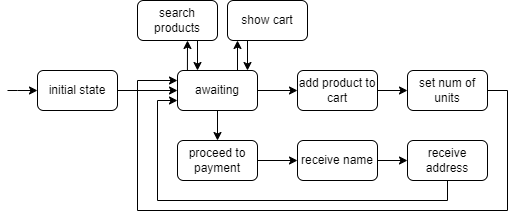
This is shop_bot_diagram.png from mgv99/bots-lab, a draw.io export, as it was before one commit. Source tidied: cells renumbered, new cells last; positions are measured from the earlier drawing's top-left corner, leaving out a move shared by most shapes. The source it was exported from:
```xml
<mxGraphModel>
  <root>
    <mxCell id="0" />
    <mxCell id="1" parent="0" />
    <mxCell id="2" style="edgeStyle=orthogonalEdgeStyle;rounded=0;orthogonalLoop=1;jettySize=auto;html=1;entryX=0.75;entryY=1;entryDx=0;entryDy=0;exitX=0.75;exitY=0;exitDx=0;exitDy=0;startArrow=classic;startFill=1;endArrow=none;endFill=0;" parent="1" edge="1">
      <mxGeometry relative="1" as="geometry">
        <mxPoint x="240" y="70" as="sourcePoint" />
        <mxPoint x="240" y="40" as="targetPoint" />
      </mxGeometry>
    </mxCell>
    <mxCell id="3" style="edgeStyle=orthogonalEdgeStyle;rounded=0;jettySize=auto;html=1;" parent="1" edge="1" source="5" target="9">
      <mxGeometry relative="1" as="geometry" />
    </mxCell>
    <mxCell id="4" style="edgeStyle=orthogonalEdgeStyle;rounded=0;jettySize=auto;html=1;entryX=0;entryY=0.5;entryDx=0;entryDy=0;" parent="1" edge="1" source="5" target="15">
      <mxGeometry relative="1" as="geometry" />
    </mxCell>
    <mxCell id="5" value="awaiting" style="rounded=1;whiteSpace=wrap;html=1;" parent="1" vertex="1">
      <mxGeometry x="170" y="70" width="80" height="40" as="geometry" />
    </mxCell>
    <mxCell id="6" style="edgeStyle=orthogonalEdgeStyle;rounded=0;jettySize=auto;html=1;entryX=0.5;entryY=0;entryDx=0;entryDy=0;startArrow=classic;startFill=1;endArrow=none;endFill=0;" parent="1" edge="1" source="7" target="5">
      <mxGeometry relative="1" as="geometry">
        <Array as="points">
          <mxPoint x="230" y="70" />
        </Array>
      </mxGeometry>
    </mxCell>
    <mxCell id="7" value="show cart" style="rounded=1;whiteSpace=wrap;html=1;" parent="1" vertex="1">
      <mxGeometry x="220" width="80" height="40" as="geometry" />
    </mxCell>
    <mxCell id="8" style="edgeStyle=orthogonalEdgeStyle;rounded=0;jettySize=auto;html=1;" parent="1" edge="1" source="9" target="11">
      <mxGeometry relative="1" as="geometry" />
    </mxCell>
    <mxCell id="9" value="proceed to payment" style="rounded=1;whiteSpace=wrap;html=1;" parent="1" vertex="1">
      <mxGeometry x="170" y="140" width="80" height="40" as="geometry" />
    </mxCell>
    <mxCell id="10" style="edgeStyle=orthogonalEdgeStyle;rounded=0;jettySize=auto;html=1;" parent="1" edge="1" source="11" target="13">
      <mxGeometry relative="1" as="geometry" />
    </mxCell>
    <mxCell id="11" value="receive name" style="rounded=1;whiteSpace=wrap;html=1;" parent="1" vertex="1">
      <mxGeometry x="290" y="140" width="80" height="40" as="geometry" />
    </mxCell>
    <mxCell id="12" style="edgeStyle=orthogonalEdgeStyle;rounded=0;jettySize=auto;html=1;entryX=0;entryY=0.75;entryDx=0;entryDy=0;" parent="1" edge="1" source="13" target="5">
      <mxGeometry relative="1" as="geometry">
        <Array as="points">
          <mxPoint x="440" y="200" />
          <mxPoint x="150" y="200" />
          <mxPoint x="150" y="100" />
        </Array>
      </mxGeometry>
    </mxCell>
    <mxCell id="13" value="receive address" style="rounded=1;whiteSpace=wrap;html=1;" parent="1" vertex="1">
      <mxGeometry x="400" y="140" width="80" height="40" as="geometry" />
    </mxCell>
    <mxCell id="14" style="edgeStyle=orthogonalEdgeStyle;rounded=0;jettySize=auto;html=1;entryX=0;entryY=0.5;entryDx=0;entryDy=0;" parent="1" edge="1" source="15" target="17">
      <mxGeometry relative="1" as="geometry" />
    </mxCell>
    <mxCell id="15" value="add product to cart" style="rounded=1;whiteSpace=wrap;html=1;" parent="1" vertex="1">
      <mxGeometry x="290" y="70" width="80" height="40" as="geometry" />
    </mxCell>
    <mxCell id="16" style="edgeStyle=orthogonalEdgeStyle;rounded=0;jettySize=auto;html=1;entryX=0;entryY=0.25;entryDx=0;entryDy=0;" parent="1" edge="1" source="17" target="5">
      <mxGeometry relative="1" as="geometry">
        <Array as="points">
          <mxPoint x="500" y="90" />
          <mxPoint x="500" y="210" />
          <mxPoint x="130" y="210" />
          <mxPoint x="130" y="80" />
        </Array>
      </mxGeometry>
    </mxCell>
    <mxCell id="17" value="set num of units" style="rounded=1;whiteSpace=wrap;html=1;" parent="1" vertex="1">
      <mxGeometry x="400" y="70" width="80" height="40" as="geometry" />
    </mxCell>
    <mxCell id="18" style="edgeStyle=orthogonalEdgeStyle;rounded=0;orthogonalLoop=1;jettySize=auto;html=1;entryX=0.75;entryY=1;entryDx=0;entryDy=0;exitX=0.75;exitY=0;exitDx=0;exitDy=0;startArrow=classic;startFill=1;endArrow=none;endFill=0;" parent="1" edge="1">
      <mxGeometry relative="1" as="geometry">
        <mxPoint x="190" y="70" as="sourcePoint" />
        <mxPoint x="190" y="40" as="targetPoint" />
      </mxGeometry>
    </mxCell>
    <mxCell id="19" style="edgeStyle=orthogonalEdgeStyle;rounded=0;jettySize=auto;html=1;entryX=0.124;entryY=-0.011;entryDx=0;entryDy=0;startArrow=classic;startFill=1;endArrow=none;endFill=0;entryPerimeter=0;exitX=0.625;exitY=1;exitDx=0;exitDy=0;exitPerimeter=0;" parent="1" edge="1" source="20" target="5">
      <mxGeometry relative="1" as="geometry" />
    </mxCell>
    <mxCell id="20" value="search products" style="rounded=1;whiteSpace=wrap;html=1;" parent="1" vertex="1">
      <mxGeometry x="130" width="80" height="40" as="geometry" />
    </mxCell>
    <mxCell id="21" style="edgeStyle=orthogonalEdgeStyle;rounded=0;jettySize=auto;html=1;startArrow=classic;startFill=1;endArrow=none;endFill=0;" parent="1" edge="1" source="23">
      <mxGeometry relative="1" as="geometry">
        <mxPoint y="90" as="targetPoint" />
      </mxGeometry>
    </mxCell>
    <mxCell id="22" style="edgeStyle=orthogonalEdgeStyle;rounded=0;jettySize=auto;html=1;entryX=0;entryY=0.5;entryDx=0;entryDy=0;" parent="1" edge="1" source="23" target="5">
      <mxGeometry relative="1" as="geometry" />
    </mxCell>
    <mxCell id="23" value="initial state" style="rounded=1;whiteSpace=wrap;html=1;" parent="1" vertex="1">
      <mxGeometry x="30" y="70" width="80" height="40" as="geometry" />
    </mxCell>
  </root>
</mxGraphModel>
```
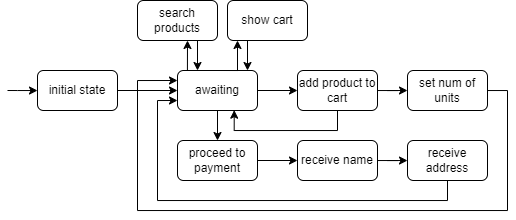
The same diagram one commit later.

The edit, as a diff of the source:
```diff
@@ -93,5 +93,13 @@
     <mxCell id="23" value="initial state" style="rounded=1;whiteSpace=wrap;html=1;" parent="1" vertex="1">
       <mxGeometry x="30" y="70" width="80" height="40" as="geometry" />
     </mxCell>
+    <mxCell id="24" style="edgeStyle=orthogonalEdgeStyle;rounded=0;jettySize=auto;html=1;entryX=0.709;entryY=0.992;entryDx=0;entryDy=0;entryPerimeter=0;" parent="1" edge="1" source="15" target="5">
+      <mxGeometry relative="1" as="geometry">
+        <Array as="points">
+          <mxPoint x="330" y="130" />
+          <mxPoint x="227" y="130" />
+        </Array>
+      </mxGeometry>
+    </mxCell>
   </root>
 </mxGraphModel>
```
